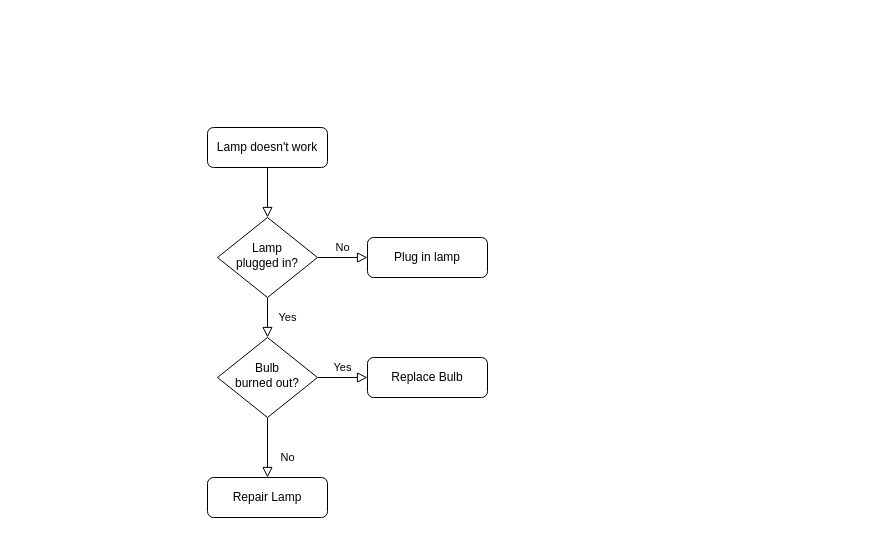
dunguyen-3112/api keeps this draw.io diagram as Untitled Diagram.drawio. Above is the earlier version. Source tidied: cells renumbered, new cells numbered last; positions are measured from the earlier drawing's top-left corner, leaving out a move shared by most shapes. Both pictures are drawn from the tidied source at 100%, with x=0, y=0 at pixel (207, 127).
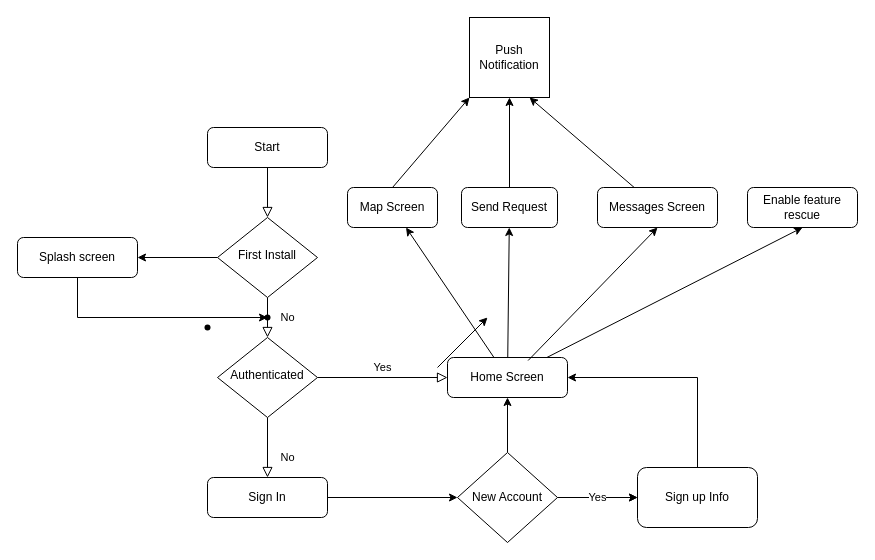
The same diagram, later.

Diff of the diagram source:
```diff
@@
-    <mxCell id="3" value="Lamp doesn't work" style="rounded=1;whiteSpace=wrap;html=1;fontSize=12;glass=0;strokeWidth=1;shadow=0;" parent="1" vertex="1">
+    <mxCell id="3" value="Start" style="rounded=1;whiteSpace=wrap;html=1;fontSize=12;glass=0;strokeWidth=1;shadow=0;" parent="1" vertex="1">
       <mxGeometry width="120" height="40" as="geometry" />
     </mxCell>
-    <mxCell id="4" value="Yes" style="rounded=0;html=1;jettySize=auto;fontSize=11;endArrow=block;endFill=0;endSize=8;strokeWidth=1;shadow=0;labelBackgroundColor=none;edgeStyle=orthogonalEdgeStyle;" parent="1" edge="1" source="6" target="10">
+    <mxCell id="4" value="No" style="rounded=0;html=1;jettySize=auto;fontSize=11;endArrow=block;endFill=0;endSize=8;strokeWidth=1;shadow=0;labelBackgroundColor=none;edgeStyle=orthogonalEdgeStyle;" parent="1" edge="1" source="6" target="10">
       <mxGeometry y="20" relative="1" as="geometry" />
     </mxCell>
-    <mxCell id="5" value="No" style="edgeStyle=orthogonalEdgeStyle;rounded=0;html=1;jettySize=auto;fontSize=11;endArrow=block;endFill=0;endSize=8;strokeWidth=1;shadow=0;labelBackgroundColor=none;" parent="1" edge="1" source="6" target="7">
-      <mxGeometry y="10" relative="1" as="geometry" />
+    <mxCell id="5" style="edgeStyle=orthogonalEdgeStyle;rounded=0;jettySize=auto;html=1;" parent="1" edge="1" source="6" target="7">
+      <mxGeometry relative="1" as="geometry" />
     </mxCell>
-    <mxCell id="6" value="Lamp&lt;br&gt;plugged in?" style="rhombus;whiteSpace=wrap;html=1;shadow=0;fontFamily=Helvetica;fontSize=12;align=center;strokeWidth=1;spacing=6;spacingTop=-4;" parent="1" vertex="1">
+    <mxCell id="6" value="First Install" style="rhombus;whiteSpace=wrap;html=1;shadow=0;fontFamily=Helvetica;fontSize=12;align=center;strokeWidth=1;spacing=6;spacingTop=-4;" parent="1" vertex="1">
       <mxGeometry x="10" y="90" width="100" height="80" as="geometry" />
     </mxCell>
+    <mxCell id="13" style="rounded=0;jettySize=auto;html=1;entryX=0.29;entryY=-0.03;entryDx=0;entryDy=0;entryPerimeter=0;edgeStyle=orthogonalEdgeStyle;" parent="1" edge="1" source="7" target="25">
+      <mxGeometry relative="1" as="geometry">
+        <Array as="points">
+          <mxPoint x="-130" y="190" />
+        </Array>
+      </mxGeometry>
+    </mxCell>
-    <mxCell id="7" value="Plug in lamp" style="rounded=1;whiteSpace=wrap;html=1;fontSize=12;glass=0;strokeWidth=1;shadow=0;" parent="1" vertex="1">
-      <mxGeometry x="160" y="110" width="120" height="40" as="geometry" />
+    <mxCell id="7" value="Splash screen" style="rounded=1;whiteSpace=wrap;html=1;fontSize=12;glass=0;strokeWidth=1;shadow=0;" parent="1" vertex="1">
+      <mxGeometry x="-190" y="110" width="120" height="40" as="geometry" />
     </mxCell>
@@
-    <mxCell id="10" value="Bulb&lt;br&gt;burned out?" style="rhombus;whiteSpace=wrap;html=1;shadow=0;fontFamily=Helvetica;fontSize=12;align=center;strokeWidth=1;spacing=6;spacingTop=-4;" parent="1" vertex="1">
+    <mxCell id="10" value="Authenticated" style="rhombus;whiteSpace=wrap;html=1;shadow=0;fontFamily=Helvetica;fontSize=12;align=center;strokeWidth=1;spacing=6;spacingTop=-4;" parent="1" vertex="1">
       <mxGeometry x="10" y="210" width="100" height="80" as="geometry" />
     </mxCell>
+    <mxCell id="14" style="edgeStyle=orthogonalEdgeStyle;rounded=0;jettySize=auto;html=1;" parent="1" edge="1" source="11" target="21">
+      <mxGeometry relative="1" as="geometry" />
+    </mxCell>
-    <mxCell id="11" value="Repair Lamp" style="rounded=1;whiteSpace=wrap;html=1;fontSize=12;glass=0;strokeWidth=1;shadow=0;" parent="1" vertex="1">
+    <mxCell id="11" value="Sign In" style="rounded=1;whiteSpace=wrap;html=1;fontSize=12;glass=0;strokeWidth=1;shadow=0;" parent="1" vertex="1">
       <mxGeometry y="350" width="120" height="40" as="geometry" />
     </mxCell>
+    <mxCell id="15" style="rounded=0;jettySize=auto;html=1;" parent="1" edge="1" source="12" target="26">
+      <mxGeometry relative="1" as="geometry" />
+    </mxCell>
+    <mxCell id="16" style="rounded=0;jettySize=auto;html=1;" parent="1" edge="1" source="12" target="28">
+      <mxGeometry relative="1" as="geometry" />
+    </mxCell>
+    <mxCell id="17" style="rounded=0;jettySize=auto;html=1;entryX=0.5;entryY=1;entryDx=0;entryDy=0;" parent="1" edge="1" source="12" target="29">
+      <mxGeometry relative="1" as="geometry" />
+    </mxCell>
-    <mxCell id="12" value="Replace Bulb" style="rounded=1;whiteSpace=wrap;html=1;fontSize=12;glass=0;strokeWidth=1;shadow=0;" parent="1" vertex="1">
-      <mxGeometry x="160" y="230" width="120" height="40" as="geometry" />
+    <mxCell id="12" value="Home Screen" style="rounded=1;whiteSpace=wrap;html=1;fontSize=12;glass=0;strokeWidth=1;shadow=0;" parent="1" vertex="1">
+      <mxGeometry x="240" y="230" width="120" height="40" as="geometry" />
     </mxCell>
+    <mxCell id="18" style="edgeStyle=orthogonalEdgeStyle;rounded=0;jettySize=auto;html=1;" parent="1" edge="1" source="21" target="22">
+      <mxGeometry relative="1" as="geometry" />
+    </mxCell>
+    <mxCell id="19" value="Yes" style="edgeStyle=orthogonalEdgeStyle;rounded=0;jettySize=auto;html=1;" parent="1" edge="1" source="21" target="22">
+      <mxGeometry relative="1" as="geometry" />
+    </mxCell>
+    <mxCell id="20" style="edgeStyle=orthogonalEdgeStyle;rounded=0;jettySize=auto;html=1;" parent="1" edge="1" source="21" target="12">
+      <mxGeometry relative="1" as="geometry" />
+    </mxCell>
+    <mxCell id="21" value="New Account" style="rhombus;whiteSpace=wrap;html=1;" parent="1" vertex="1">
+      <mxGeometry x="250" y="325" width="100" height="90" as="geometry" />
+    </mxCell>
+    <mxCell id="22" value="Sign up Info" style="rounded=1;whiteSpace=wrap;html=1;" parent="1" vertex="1">
+      <mxGeometry x="430" y="340" width="120" height="60" as="geometry" />
+    </mxCell>
+    <mxCell id="23" style="endArrow=classic;html=1;rounded=0;exitX=0.5;exitY=0;exitDx=0;exitDy=0;entryX=1;entryY=0.5;entryDx=0;entryDy=0;edgeStyle=orthogonalEdgeStyle;" parent="1" edge="1" source="22" target="12">
+      <mxGeometry relative="1" as="geometry" />
+    </mxCell>
+    <mxCell id="24" style="shape=waypoint;sketch=0;size=6;fillColor=default;perimeter=centerPerimeter;rounded=1;glass=0;strokeWidth=1;shadow=0;" parent="1" vertex="1">
+      <mxGeometry x="-10" y="190" width="20" height="20" as="geometry" />
+    </mxCell>
+    <mxCell id="25" style="shape=waypoint;sketch=0;size=6;points=[];fillColor=default;perimeter=centerPerimeter;snapToPoint=1;rounded=1;glass=0;strokeWidth=1;shadow=0;" parent="1" vertex="1">
+      <mxGeometry x="50" y="180" width="20" height="20" as="geometry" />
+    </mxCell>
+    <mxCell id="26" value="Map Screen" style="rounded=1;whiteSpace=wrap;html=1;glass=0;strokeWidth=1;shadow=0;" parent="1" vertex="1">
+      <mxGeometry x="140" y="60" width="90" height="40" as="geometry" />
+    </mxCell>
+    <mxCell id="27" style="rounded=0;jettySize=auto;html=1;" parent="1" edge="1" source="28" target="33">
+      <mxGeometry relative="1" as="geometry" />
+    </mxCell>
+    <mxCell id="28" value="Send Request" style="rounded=1;whiteSpace=wrap;html=1;" parent="1" vertex="1">
+      <mxGeometry x="254" y="60" width="96" height="40" as="geometry" />
+    </mxCell>
+    <mxCell id="29" value="Enable feature rescue" style="rounded=1;whiteSpace=wrap;html=1;" parent="1" vertex="1">
+      <mxGeometry x="540" y="60" width="110" height="40" as="geometry" />
+    </mxCell>
+    <mxCell id="30" style="rounded=0;jettySize=auto;html=1;entryX=0.75;entryY=1;entryDx=0;entryDy=0;" parent="1" edge="1" source="31" target="33">
+      <mxGeometry relative="1" as="geometry" />
+    </mxCell>
+    <mxCell id="31" value="Messages Screen" style="rounded=1;whiteSpace=wrap;html=1;" parent="1" vertex="1">
+      <mxGeometry x="390" y="60" width="120" height="40" as="geometry" />
+    </mxCell>
+    <mxCell id="32" style="endArrow=classic;html=1;rounded=0;exitX=0.672;exitY=0.075;exitDx=0;exitDy=0;exitPerimeter=0;entryX=0.5;entryY=1;entryDx=0;entryDy=0;" parent="1" edge="1" source="12" target="31">
+      <mxGeometry relative="1" as="geometry" />
+    </mxCell>
+    <mxCell id="33" value="Push Notification" style="whiteSpace=wrap;html=1;" parent="1" vertex="1">
+      <mxGeometry x="262" y="-110" width="80" height="80" as="geometry" />
+    </mxCell>
+    <mxCell id="34" style="endArrow=classic;html=1;rounded=0;exitX=0.5;exitY=0;exitDx=0;exitDy=0;entryX=0;entryY=1;entryDx=0;entryDy=0;" parent="1" edge="1" source="26" target="33">
+      <mxGeometry relative="1" as="geometry" />
+    </mxCell>
+    <mxCell id="35" style="endArrow=classic;html=1;rounded=0;" parent="1" edge="1">
+      <mxGeometry relative="1" as="geometry">
+        <mxPoint x="230" y="240" as="sourcePoint" />
+        <mxPoint x="280" y="190" as="targetPoint" />
+      </mxGeometry>
+    </mxCell>
```
